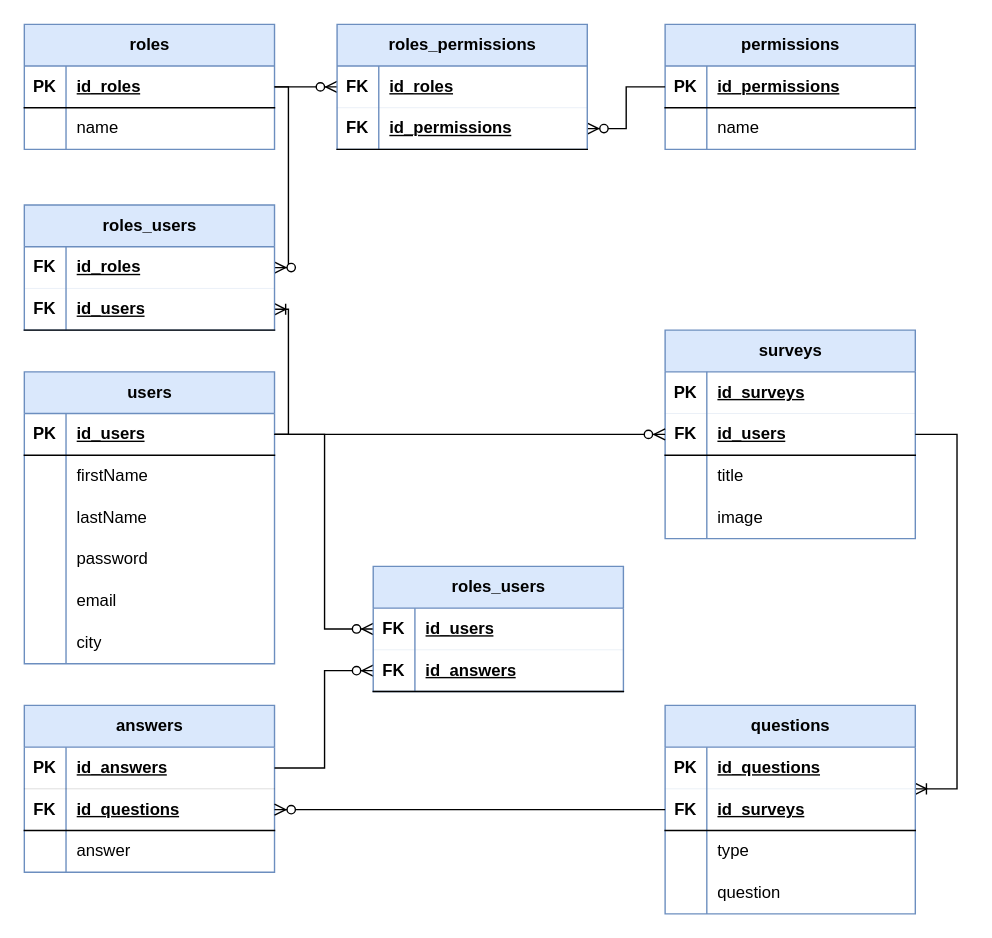
Earlier version of the draw.io diagram doc/TPI-MLD.drawio (Robi2004/survey). Source tidied: cells renumbered, new cells numbered last; positions are measured from the earlier drawing's top-left corner, leaving out a move shared by most shapes. Both pictures are drawn from the tidied source at 139%, with x=0, y=0 at pixel (24, 24).
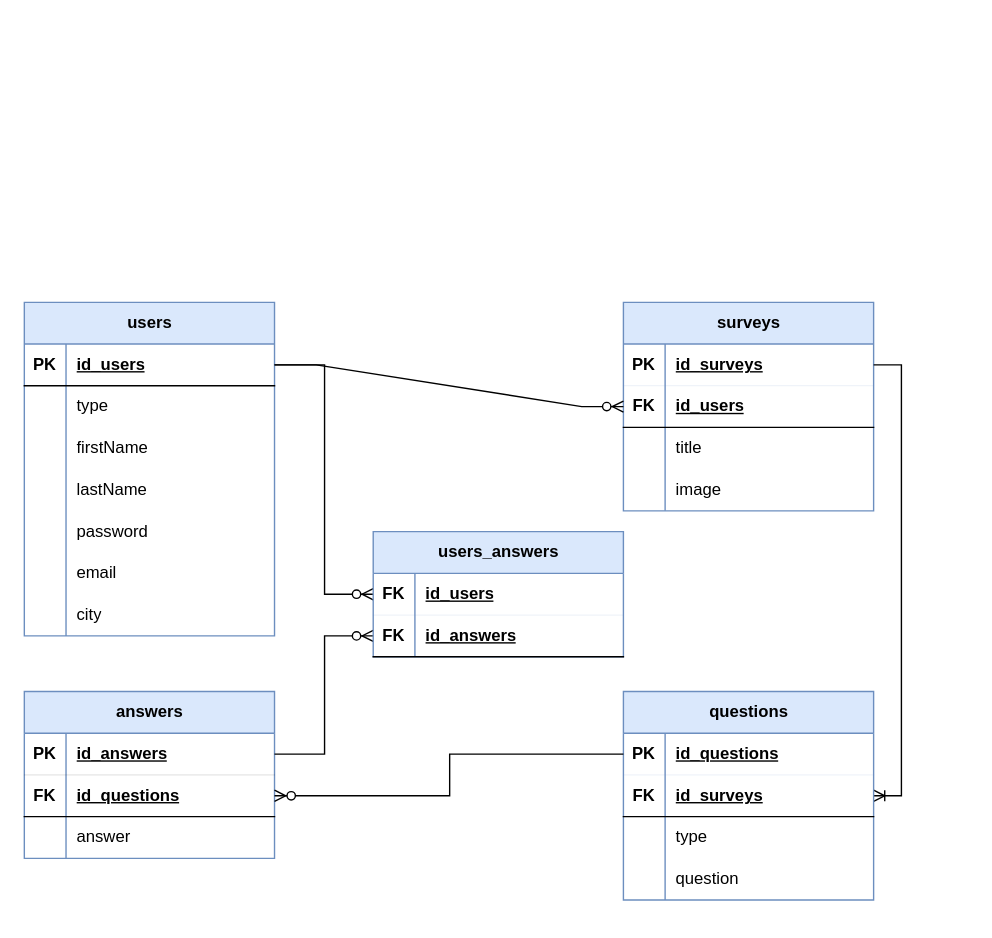
The same diagram, later.

Unchanged cells that the change refers to:
```xml
<mxCell id="3" style="shape=tableRow;horizontal=0;startSize=0;swimlaneHead=0;swimlaneBody=0;fillColor=none;points=[[0,0.5],[1,0.5]];portConstraint=eastwest;top=0;left=0;right=0;bottom=1;strokeColor=inherit;strokeWidth=0;" parent="2" vertex="1">
  <mxGeometry y="30" width="180" height="30" as="geometry" />
</mxCell>
<mxCell id="16" style="shape=tableRow;horizontal=0;startSize=0;swimlaneHead=0;swimlaneBody=0;fillColor=none;points=[[0,0.5],[1,0.5]];portConstraint=eastwest;top=0;left=0;right=0;bottom=1;" parent="15" vertex="1">
  <mxGeometry y="30" width="180" height="30" as="geometry" />
</mxCell>
<mxCell id="39" style="shape=tableRow;horizontal=0;startSize=0;swimlaneHead=0;swimlaneBody=0;fillColor=none;points=[[0,0.5],[1,0.5]];portConstraint=eastwest;top=0;left=0;right=0;bottom=1;" parent="35" vertex="1">
  <mxGeometry y="60" width="180" height="30" as="geometry" />
</mxCell>
<mxCell id="47" style="shape=tableRow;horizontal=0;startSize=0;swimlaneHead=0;swimlaneBody=0;fillColor=none;points=[[0,0.5],[1,0.5]];portConstraint=eastwest;top=0;left=0;right=0;bottom=1;strokeWidth=0;strokeColor=inherit;" parent="46" vertex="1">
  <mxGeometry y="30" width="180" height="30" as="geometry" />
</mxCell>
<mxCell id="50" style="shape=tableRow;horizontal=0;startSize=0;swimlaneHead=0;swimlaneBody=0;fillColor=none;points=[[0,0.5],[1,0.5]];portConstraint=eastwest;top=0;left=0;right=0;bottom=1;strokeWidth=1;strokeColor=default;" parent="46" vertex="1">
  <mxGeometry y="60" width="180" height="30" as="geometry" />
</mxCell>
```

Change to the diagram source:
```diff
@@
     <mxCell id="2" value="surveys" style="shape=table;startSize=30;childLayout=tableLayout;rowLines=0;fontStyle=1;align=center;html=1;fillColor=#dae8fc;strokeColor=#6c8ebf;" parent="1" vertex="1">
-      <mxGeometry x="461" y="220" width="180" height="150" as="geometry" />
+      <mxGeometry x="431" y="200" width="180" height="150" as="geometry" />
     </mxCell>
@@
     <mxCell id="15" value="users" style="shape=table;startSize=30;childLayout=tableLayout;rowLines=0;fontStyle=1;align=center;html=1;fillColor=#dae8fc;strokeColor=#6c8ebf;" parent="1" vertex="1">
-      <mxGeometry y="250" width="180" height="210" as="geometry" />
+      <mxGeometry y="200" width="180" height="240" as="geometry" />
     </mxCell>
@@
+    <mxCell id="101" style="shape=tableRow;horizontal=0;startSize=0;swimlaneHead=0;swimlaneBody=0;fillColor=none;top=0;left=0;right=0;bottom=0;" parent="15" vertex="1">
+      <mxGeometry y="60" width="180" height="30" as="geometry" />
+    </mxCell>
+    <mxCell id="102" style="shape=partialRectangle;fillColor=none;top=0;left=0;bottom=0;right=0;overflow=hidden;whiteSpace=wrap;html=1;" parent="101" vertex="1">
+      <mxGeometry width="30" height="30" as="geometry" />
+    </mxCell>
+    <mxCell id="103" value="type" style="shape=partialRectangle;fillColor=none;top=0;left=0;bottom=0;right=0;align=left;spacingLeft=6;overflow=hidden;whiteSpace=wrap;html=1;" parent="101" vertex="1">
+      <mxGeometry x="30" width="150" height="30" as="geometry" />
+    </mxCell>
     <mxCell id="19" style="shape=tableRow;horizontal=0;startSize=0;swimlaneHead=0;swimlaneBody=0;fillColor=none;top=0;left=0;right=0;bottom=0;" parent="15" vertex="1">
-      <mxGeometry y="60" width="180" height="30" as="geometry" />
+      <mxGeometry y="90" width="180" height="30" as="geometry" />
     </mxCell>
@@
     <mxCell id="22" style="shape=tableRow;horizontal=0;startSize=0;swimlaneHead=0;swimlaneBody=0;fillColor=none;top=0;left=0;right=0;bottom=0;" parent="15" vertex="1">
-      <mxGeometry y="90" width="180" height="30" as="geometry" />
+      <mxGeometry y="120" width="180" height="30" as="geometry" />
     </mxCell>
@@
     <mxCell id="25" style="shape=tableRow;horizontal=0;startSize=0;swimlaneHead=0;swimlaneBody=0;fillColor=none;top=0;left=0;right=0;bottom=0;" parent="15" vertex="1">
-      <mxGeometry y="120" width="180" height="30" as="geometry" />
+      <mxGeometry y="150" width="180" height="30" as="geometry" />
     </mxCell>
@@
     <mxCell id="28" style="shape=tableRow;horizontal=0;startSize=0;swimlaneHead=0;swimlaneBody=0;fillColor=none;top=0;left=0;right=0;bottom=0;" parent="15" vertex="1">
-      <mxGeometry y="150" width="180" height="30" as="geometry" />
+      <mxGeometry y="180" width="180" height="30" as="geometry" />
     </mxCell>
@@
     <mxCell id="31" style="shape=tableRow;horizontal=0;startSize=0;swimlaneHead=0;swimlaneBody=0;fillColor=none;top=0;left=0;right=0;bottom=0;" parent="15" vertex="1">
-      <mxGeometry y="180" width="180" height="30" as="geometry" />
+      <mxGeometry y="210" width="180" height="30" as="geometry" />
     </mxCell>
@@
     <mxCell id="35" value="answers" style="shape=table;startSize=30;childLayout=tableLayout;rowLines=0;fontStyle=1;align=center;html=1;fillColor=#dae8fc;strokeColor=#6c8ebf;" parent="1" vertex="1">
-      <mxGeometry y="490" width="180" height="120" as="geometry" />
+      <mxGeometry y="480" width="180" height="120" as="geometry" />
     </mxCell>
@@
-    <mxCell id="45" style="edgeStyle=elbowEdgeStyle;fontSize=12;html=1;endArrow=ERoneToMany;rounded=0;" parent="1" edge="1" source="2" target="50">
+    <mxCell id="45" style="edgeStyle=elbowEdgeStyle;fontSize=12;html=1;endArrow=ERoneToMany;rounded=0;" parent="1" edge="1" source="3" target="50">
       <mxGeometry relative="1" as="geometry">
         <Array as="points">
-          <mxPoint x="671" y="550" />
+          <mxPoint x="631" y="410" />
         </Array>
       </mxGeometry>
     </mxCell>
     <mxCell id="46" value="questions" style="shape=table;startSize=30;childLayout=tableLayout;rowLines=0;fontStyle=1;align=center;html=1;fillColor=#dae8fc;strokeColor=#6c8ebf;" parent="1" vertex="1">
-      <mxGeometry x="461" y="490" width="180" height="150" as="geometry" />
+      <mxGeometry x="431" y="480" width="180" height="150" as="geometry" />
     </mxCell>
@@
-    <mxCell id="59" style="edgeStyle=elbowEdgeStyle;fontSize=12;html=1;endArrow=ERzeroToMany;endFill=1;rounded=0;" parent="1" edge="1" source="46" target="39">
+    <mxCell id="59" style="edgeStyle=elbowEdgeStyle;fontSize=12;html=1;endArrow=ERzeroToMany;endFill=1;rounded=0;" parent="1" edge="1" source="47" target="39">
       <mxGeometry relative="1" as="geometry" />
     </mxCell>
-    <mxCell id="60" value="roles" style="shape=table;startSize=30;childLayout=tableLayout;rowLines=0;fontStyle=1;align=center;html=1;fillColor=#dae8fc;strokeColor=#6c8ebf;" parent="1" vertex="1">
-      <mxGeometry width="180" height="90" as="geometry" />
-    </mxCell>
-    <mxCell id="61" style="shape=tableRow;horizontal=0;startSize=0;swimlaneHead=0;swimlaneBody=0;fillColor=none;points=[[0,0.5],[1,0.5]];portConstraint=eastwest;top=0;left=0;right=0;bottom=1;" parent="60" vertex="1">
-      <mxGeometry y="30" width="180" height="30" as="geometry" />
-    </mxCell>
-    <mxCell id="62" value="PK" style="shape=partialRectangle;fillColor=none;top=0;left=0;bottom=0;right=0;fontStyle=1;overflow=hidden;whiteSpace=wrap;html=1;" parent="61" vertex="1">
-      <mxGeometry width="30" height="30" as="geometry" />
-    </mxCell>
-    <mxCell id="63" value="id_roles" style="shape=partialRectangle;fillColor=none;top=0;left=0;bottom=0;right=0;align=left;spacingLeft=6;fontStyle=5;overflow=hidden;whiteSpace=wrap;html=1;" parent="61" vertex="1">
-      <mxGeometry x="30" width="150" height="30" as="geometry" />
-    </mxCell>
-    <mxCell id="64" style="shape=tableRow;horizontal=0;startSize=0;swimlaneHead=0;swimlaneBody=0;fillColor=none;top=0;left=0;right=0;bottom=0;" parent="60" vertex="1">
-      <mxGeometry y="60" width="180" height="30" as="geometry" />
-    </mxCell>
-    <mxCell id="65" style="shape=partialRectangle;fillColor=none;top=0;left=0;bottom=0;right=0;overflow=hidden;whiteSpace=wrap;html=1;" parent="64" vertex="1">
-      <mxGeometry width="30" height="30" as="geometry" />
-    </mxCell>
-    <mxCell id="66" value="name" style="shape=partialRectangle;fillColor=none;top=0;left=0;bottom=0;right=0;align=left;spacingLeft=6;overflow=hidden;whiteSpace=wrap;html=1;" parent="64" vertex="1">
-      <mxGeometry x="30" width="150" height="30" as="geometry" />
-    </mxCell>
-    <mxCell id="67" value="permissions" style="shape=table;startSize=30;childLayout=tableLayout;rowLines=0;fontStyle=1;align=center;html=1;fillColor=#dae8fc;strokeColor=#6c8ebf;" parent="1" vertex="1">
-      <mxGeometry x="461" width="180" height="90" as="geometry" />
-    </mxCell>
-    <mxCell id="68" style="shape=tableRow;horizontal=0;startSize=0;swimlaneHead=0;swimlaneBody=0;fillColor=none;top=0;left=0;right=0;bottom=1;" parent="67" vertex="1">
-      <mxGeometry y="30" width="180" height="30" as="geometry" />
-    </mxCell>
-    <mxCell id="69" value="PK" style="shape=partialRectangle;fillColor=none;top=0;left=0;bottom=0;right=0;fontStyle=1;overflow=hidden;whiteSpace=wrap;html=1;" parent="68" vertex="1">
-      <mxGeometry width="30" height="30" as="geometry" />
-    </mxCell>
-    <mxCell id="70" value="id_permissions" style="shape=partialRectangle;fillColor=none;top=0;left=0;bottom=0;right=0;align=left;spacingLeft=6;fontStyle=5;overflow=hidden;whiteSpace=wrap;html=1;" parent="68" vertex="1">
-      <mxGeometry x="30" width="150" height="30" as="geometry" />
-    </mxCell>
-    <mxCell id="71" style="shape=tableRow;horizontal=0;startSize=0;swimlaneHead=0;swimlaneBody=0;fillColor=none;top=0;left=0;right=0;bottom=0;" parent="67" vertex="1">
-      <mxGeometry y="60" width="180" height="30" as="geometry" />
-    </mxCell>
-    <mxCell id="72" style="shape=partialRectangle;fillColor=none;top=0;left=0;bottom=0;right=0;overflow=hidden;whiteSpace=wrap;html=1;" parent="71" vertex="1">
-      <mxGeometry width="30" height="30" as="geometry" />
-    </mxCell>
-    <mxCell id="73" value="name" style="shape=partialRectangle;fillColor=none;top=0;left=0;bottom=0;right=0;align=left;spacingLeft=6;overflow=hidden;whiteSpace=wrap;html=1;" parent="71" vertex="1">
-      <mxGeometry x="30" width="150" height="30" as="geometry" />
-    </mxCell>
-    <mxCell id="74" style="edgeStyle=entityRelationEdgeStyle;fontSize=12;html=1;endArrow=ERzeroToMany;endFill=1;rounded=0;" parent="1" edge="1" source="60" target="80">
-      <mxGeometry relative="1" as="geometry" />
-    </mxCell>
-    <mxCell id="75" style="fontSize=12;html=1;endArrow=ERzeroToMany;endFill=1;rounded=0;edgeStyle=orthogonalEdgeStyle;" parent="1" edge="1" source="67" target="84">
-      <mxGeometry relative="1" as="geometry" />
-    </mxCell>
-    <mxCell id="76" style="edgeStyle=orthogonalEdgeStyle;fontSize=12;html=1;endArrow=ERzeroToMany;endFill=1;rounded=0;exitX=1;exitY=0.5;exitDx=0;exitDy=0;entryX=1;entryY=0.5;entryDx=0;entryDy=0;" parent="1" edge="1" source="61" target="88">
-      <mxGeometry relative="1" as="geometry" />
-    </mxCell>
-    <mxCell id="77" style="edgeStyle=orthogonalEdgeStyle;fontSize=12;html=1;endArrow=ERoneToMany;rounded=0;exitX=1;exitY=0.5;exitDx=0;exitDy=0;" parent="1" edge="1" source="16" target="91">
-      <mxGeometry relative="1" as="geometry" />
-    </mxCell>
@@
-    <mxCell id="80" value="roles_permissions" style="shape=table;startSize=30;childLayout=tableLayout;rowLines=0;fontStyle=1;align=center;html=1;fillColor=#dae8fc;strokeColor=#6c8ebf;" parent="1" vertex="1">
-      <mxGeometry x="225" width="180" height="90" as="geometry" />
-    </mxCell>
-    <mxCell id="81" style="shape=tableRow;horizontal=0;startSize=0;swimlaneHead=0;swimlaneBody=0;fillColor=none;top=0;left=0;right=0;bottom=1;strokeColor=inherit;strokeWidth=0;" parent="80" vertex="1">
-      <mxGeometry y="30" width="180" height="30" as="geometry" />
-    </mxCell>
-    <mxCell id="82" value="FK" style="shape=partialRectangle;fillColor=none;top=0;left=0;bottom=0;right=0;fontStyle=1;overflow=hidden;whiteSpace=wrap;html=1;" parent="81" vertex="1">
-      <mxGeometry width="30" height="30" as="geometry" />
-    </mxCell>
-    <mxCell id="83" value="id_roles" style="shape=partialRectangle;fillColor=none;top=0;left=0;bottom=0;right=0;align=left;spacingLeft=6;fontStyle=5;overflow=hidden;whiteSpace=wrap;html=1;" parent="81" vertex="1">
-      <mxGeometry x="30" width="150" height="30" as="geometry" />
-    </mxCell>
-    <mxCell id="84" style="shape=tableRow;horizontal=0;startSize=0;swimlaneHead=0;swimlaneBody=0;fillColor=none;points=[[0,0.5],[1,0.5]];portConstraint=eastwest;top=0;left=0;right=0;bottom=1;" parent="80" vertex="1">
-      <mxGeometry y="60" width="180" height="30" as="geometry" />
-    </mxCell>
-    <mxCell id="85" value="FK" style="shape=partialRectangle;fillColor=none;top=0;left=0;bottom=0;right=0;fontStyle=1;overflow=hidden;whiteSpace=wrap;html=1;" parent="84" vertex="1">
-      <mxGeometry width="30" height="30" as="geometry" />
-    </mxCell>
-    <mxCell id="86" value="id_permissions" style="shape=partialRectangle;fillColor=none;top=0;left=0;bottom=0;right=0;align=left;spacingLeft=6;fontStyle=5;overflow=hidden;whiteSpace=wrap;html=1;" parent="84" vertex="1">
-      <mxGeometry x="30" width="150" height="30" as="geometry" />
-    </mxCell>
-    <mxCell id="87" value="roles_users" style="shape=table;startSize=30;childLayout=tableLayout;rowLines=0;fontStyle=1;align=center;html=1;fillColor=#dae8fc;strokeColor=#6c8ebf;" parent="1" vertex="1">
-      <mxGeometry y="130" width="180" height="90" as="geometry" />
-    </mxCell>
-    <mxCell id="88" style="shape=tableRow;horizontal=0;startSize=0;swimlaneHead=0;swimlaneBody=0;fillColor=none;points=[[0,0.5],[1,0.5]];portConstraint=eastwest;top=0;left=0;right=0;bottom=1;strokeColor=inherit;strokeWidth=0;" parent="87" vertex="1">
-      <mxGeometry y="30" width="180" height="30" as="geometry" />
-    </mxCell>
-    <mxCell id="89" value="FK" style="shape=partialRectangle;fillColor=none;top=0;left=0;bottom=0;right=0;fontStyle=1;overflow=hidden;whiteSpace=wrap;html=1;" parent="88" vertex="1">
-      <mxGeometry width="30" height="30" as="geometry" />
-    </mxCell>
-    <mxCell id="90" value="id_roles" style="shape=partialRectangle;fillColor=none;top=0;left=0;bottom=0;right=0;align=left;spacingLeft=6;fontStyle=5;overflow=hidden;whiteSpace=wrap;html=1;" parent="88" vertex="1">
-      <mxGeometry x="30" width="150" height="30" as="geometry" />
-    </mxCell>
-    <mxCell id="91" style="shape=tableRow;horizontal=0;startSize=0;swimlaneHead=0;swimlaneBody=0;fillColor=none;points=[[0,0.5],[1,0.5]];portConstraint=eastwest;top=0;left=0;right=0;bottom=1;" parent="87" vertex="1">
-      <mxGeometry y="60" width="180" height="30" as="geometry" />
-    </mxCell>
-    <mxCell id="92" value="FK" style="shape=partialRectangle;fillColor=none;top=0;left=0;bottom=0;right=0;fontStyle=1;overflow=hidden;whiteSpace=wrap;html=1;" parent="91" vertex="1">
-      <mxGeometry width="30" height="30" as="geometry" />
-    </mxCell>
-    <mxCell id="93" value="id_users" style="shape=partialRectangle;fillColor=none;top=0;left=0;bottom=0;right=0;align=left;spacingLeft=6;fontStyle=5;overflow=hidden;whiteSpace=wrap;html=1;" parent="91" vertex="1">
-      <mxGeometry x="30" width="150" height="30" as="geometry" />
-    </mxCell>
-    <mxCell id="94" value="roles_users" style="shape=table;startSize=30;childLayout=tableLayout;rowLines=0;fontStyle=1;align=center;html=1;fillColor=#dae8fc;strokeColor=#6c8ebf;" parent="1" vertex="1">
-      <mxGeometry x="251" y="390" width="180" height="90" as="geometry" />
+    <mxCell id="94" value="users_answers" style="shape=table;startSize=30;childLayout=tableLayout;rowLines=0;fontStyle=1;align=center;html=1;fillColor=#dae8fc;strokeColor=#6c8ebf;" parent="1" vertex="1">
+      <mxGeometry x="251" y="365" width="180" height="90" as="geometry" />
     </mxCell>
```
